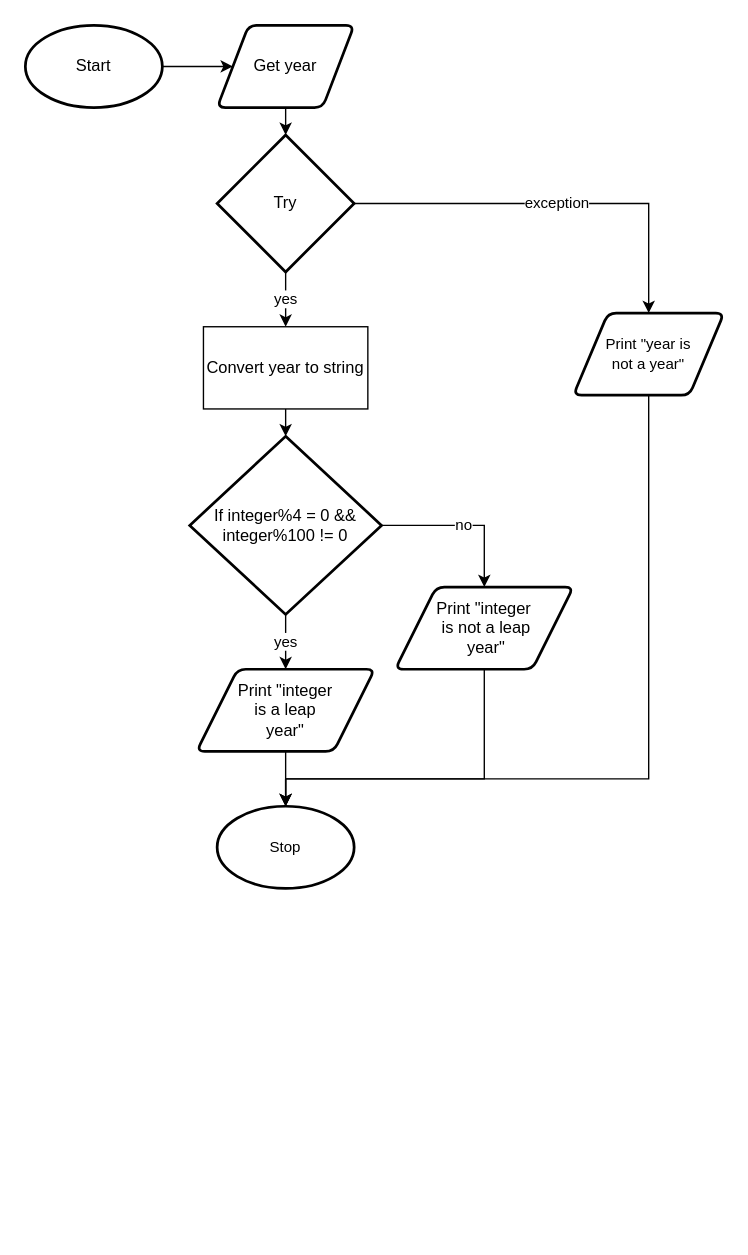
Above: .flowchart.drawio in Miguel-Santacruz/ICS3U-Unit3-08-Python (draw.io), before the change. Source tidied: cells renumbered, new cells numbered last; positions are measured from the earlier drawing's top-left corner, leaving out a move shared by most shapes. Both pictures are drawn from the tidied source at 137%, with x=0, y=0 at pixel (25, 25).
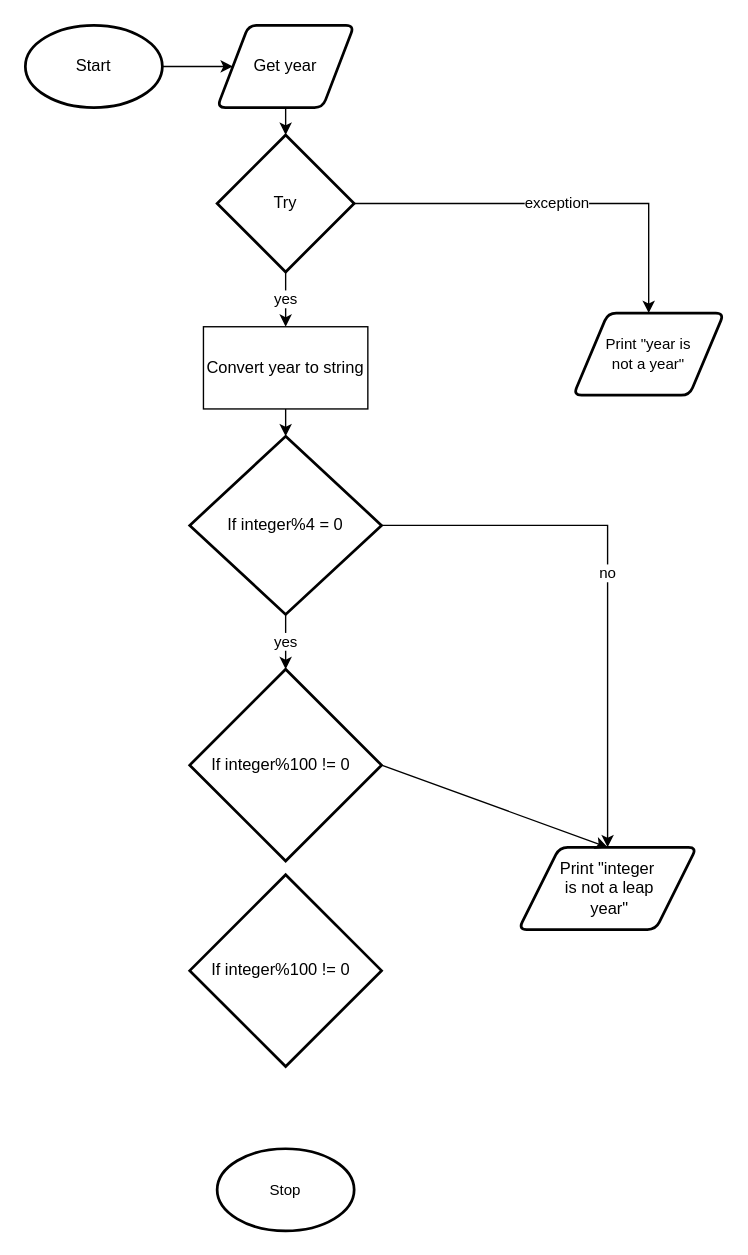
Above is the later version.

Commit message (it also covers changes not shown here):
top-down design

The change refers to these unchanged cells:
```xml
<mxCell id="19" value="Print &quot;year is &lt;br&gt;not a year&quot;" style="shape=parallelogram;html=1;strokeWidth=2;perimeter=parallelogramPerimeter;whiteSpace=wrap;rounded=1;arcSize=12;size=0.23;fontFamily=Helvetica;fontSize=11;fontColor=default;" parent="1" vertex="1">
  <mxGeometry x="400" y="210" width="110" height="60" as="geometry" />
</mxCell>
```

Change to the diagram source:
```diff
@@
-    <mxCell id="11" value="yes" style="edgeStyle=none;html=1;" parent="1" edge="1" source="13" target="15">
-      <mxGeometry relative="1" as="geometry" />
+    <mxCell id="11" value="yes" style="edgeStyle=none;html=1;" parent="1" edge="1" source="13">
+      <mxGeometry relative="1" as="geometry">
+        <mxPoint x="190" y="470" as="targetPoint" />
+      </mxGeometry>
     </mxCell>
@@
-    <mxCell id="13" value="If&amp;nbsp;integer%4 = 0 &amp;amp;&amp;amp; integer%100 != 0" style="strokeWidth=2;html=1;shape=mxgraph.flowchart.decision;whiteSpace=wrap;" parent="1" vertex="1">
+    <mxCell id="13" value="If&amp;nbsp;integer%4 = 0" style="strokeWidth=2;html=1;shape=mxgraph.flowchart.decision;whiteSpace=wrap;" parent="1" vertex="1">
       <mxGeometry x="120" y="300" width="140" height="130" as="geometry" />
     </mxCell>
-    <mxCell id="14" style="edgeStyle=orthogonalEdgeStyle;shape=connector;rounded=0;html=1;labelBackgroundColor=default;fontFamily=Helvetica;fontSize=11;fontColor=default;endArrow=classic;strokeColor=default;" parent="1" edge="1" source="15" target="20">
-      <mxGeometry relative="1" as="geometry" />
-    </mxCell>
-    <mxCell id="15" value="Print &quot;integer &lt;br&gt;is a leap &lt;br&gt;year&quot;" style="shape=parallelogram;html=1;strokeWidth=2;perimeter=parallelogramPerimeter;whiteSpace=wrap;rounded=1;arcSize=12;size=0.23;" parent="1" vertex="1">
-      <mxGeometry x="125" y="470" width="130" height="60" as="geometry" />
-    </mxCell>
-    <mxCell id="16" style="edgeStyle=orthogonalEdgeStyle;shape=connector;rounded=0;html=1;exitX=0.5;exitY=1;exitDx=0;exitDy=0;entryX=0.5;entryY=0;entryDx=0;entryDy=0;entryPerimeter=0;labelBackgroundColor=default;fontFamily=Helvetica;fontSize=11;fontColor=default;endArrow=classic;strokeColor=default;" parent="1" edge="1" source="17" target="20">
-      <mxGeometry relative="1" as="geometry">
-        <Array as="points">
-          <mxPoint x="335" y="550" />
-          <mxPoint x="190" y="550" />
-        </Array>
-      </mxGeometry>
-    </mxCell>
     <mxCell id="17" value="Print &quot;integer&lt;br&gt;&amp;nbsp;is not a leap&lt;br&gt;&amp;nbsp;year&quot;" style="shape=parallelogram;html=1;strokeWidth=2;perimeter=parallelogramPerimeter;whiteSpace=wrap;rounded=1;arcSize=12;size=0.23;" parent="1" vertex="1">
-      <mxGeometry x="270" y="410" width="130" height="60" as="geometry" />
+      <mxGeometry x="360" y="600" width="130" height="60" as="geometry" />
     </mxCell>
-    <mxCell id="18" style="edgeStyle=orthogonalEdgeStyle;shape=connector;rounded=0;html=1;exitX=0.5;exitY=1;exitDx=0;exitDy=0;entryX=0.5;entryY=0;entryDx=0;entryDy=0;entryPerimeter=0;labelBackgroundColor=default;fontFamily=Helvetica;fontSize=11;fontColor=default;endArrow=classic;strokeColor=default;" parent="1" edge="1" source="19" target="20">
-      <mxGeometry relative="1" as="geometry">
-        <Array as="points">
-          <mxPoint x="455" y="550" />
-          <mxPoint x="190" y="550" />
-        </Array>
-      </mxGeometry>
-    </mxCell>
@@
     <mxCell id="20" value="Stop" style="strokeWidth=2;html=1;shape=mxgraph.flowchart.start_1;whiteSpace=wrap;fontFamily=Helvetica;fontSize=11;fontColor=default;" parent="1" vertex="1">
-      <mxGeometry x="140" y="570" width="100" height="60" as="geometry" />
+      <mxGeometry x="140" y="820" width="100" height="60" as="geometry" />
     </mxCell>
+    <mxCell id="21" style="edgeStyle=none;html=1;exitX=1;exitY=0.5;exitDx=0;exitDy=0;exitPerimeter=0;entryX=0.5;entryY=0;entryDx=0;entryDy=0;" parent="1" edge="1" source="22" target="17">
+      <mxGeometry relative="1" as="geometry" />
+    </mxCell>
+    <mxCell id="22" value="If integer%100 != 0&amp;nbsp;&amp;nbsp;" style="strokeWidth=2;html=1;shape=mxgraph.flowchart.decision;whiteSpace=wrap;" parent="1" vertex="1">
+      <mxGeometry x="120" y="470" width="140" height="140" as="geometry" />
+    </mxCell>
+    <mxCell id="23" value="If integer%100 != 0&amp;nbsp;&amp;nbsp;" style="strokeWidth=2;html=1;shape=mxgraph.flowchart.decision;whiteSpace=wrap;" parent="1" vertex="1">
+      <mxGeometry x="120" y="620" width="140" height="140" as="geometry" />
+    </mxCell>
```
